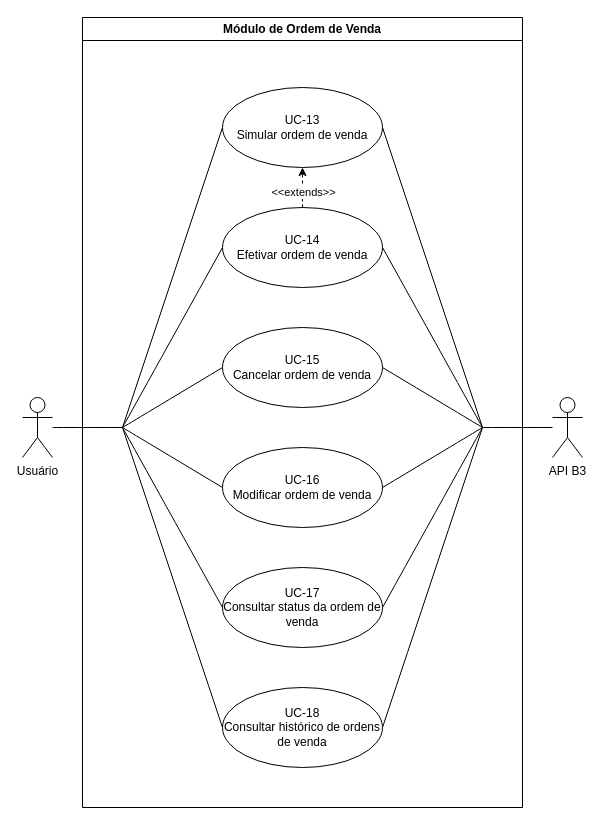
gb-cs-rt/home_broker keeps this draw.io diagram as diagramas_casos_de_uso/uc_ordem_venda.drawio. Above is the earlier version. Source tidied: cells renumbered, new cells numbered last; positions are measured from the earlier drawing's top-left corner, leaving out a move shared by most shapes. Both pictures are drawn from the tidied source at 100%, with x=0, y=0 at pixel (22, 17).
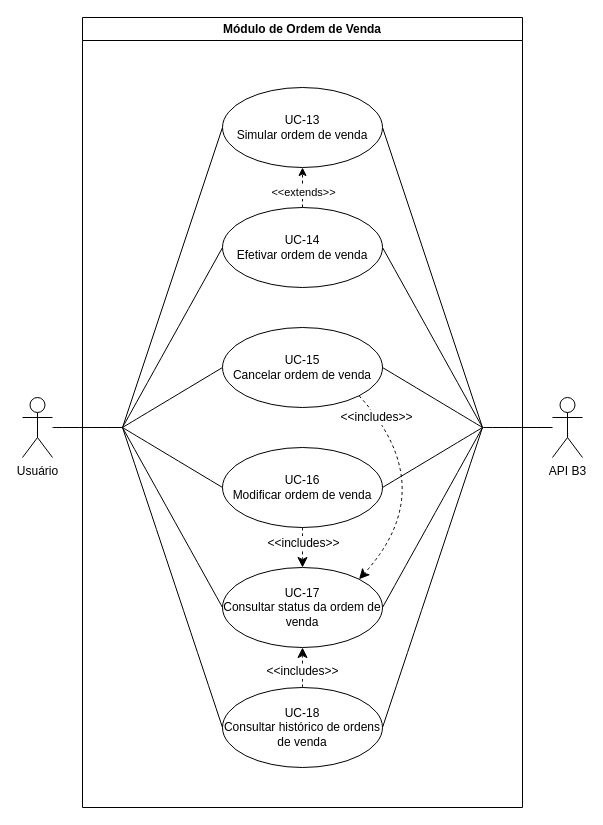
Above is the later version.

The change refers to these unchanged cells:
```xml
<mxCell id="2" value="Módulo de Ordem de Venda" style="swimlane;whiteSpace=wrap;html=1;" parent="1" vertex="1">
  <mxGeometry x="60" width="440" height="790" as="geometry" />
</mxCell>
<mxCell id="3" value="UC-15&lt;div&gt;Cancelar ordem de venda&lt;/div&gt;" style="ellipse;whiteSpace=wrap;html=1;" parent="2" vertex="1">
  <mxGeometry x="140" y="310" width="160" height="80" as="geometry" />
</mxCell>
<mxCell id="4" value="UC-16&lt;div&gt;Modificar ordem de venda&lt;/div&gt;" style="ellipse;whiteSpace=wrap;html=1;" parent="2" vertex="1">
  <mxGeometry x="140" y="430" width="160" height="80" as="geometry" />
</mxCell>
<mxCell id="5" value="UC-17&lt;div&gt;Consultar status da ordem de venda&lt;/div&gt;" style="ellipse;whiteSpace=wrap;html=1;" parent="2" vertex="1">
  <mxGeometry x="140" y="550" width="160" height="80" as="geometry" />
</mxCell>
<mxCell id="6" value="UC-18&lt;div&gt;Consultar histórico de ordens de venda&lt;/div&gt;" style="ellipse;whiteSpace=wrap;html=1;" parent="2" vertex="1">
  <mxGeometry x="140" y="670" width="160" height="80" as="geometry" />
</mxCell>
```

Change to the diagram source:
```diff
@@
+    <mxCell id="27" style="edgeStyle=none;curved=1;rounded=0;jettySize=auto;html=1;exitX=1;exitY=1;exitDx=0;exitDy=0;entryX=1;entryY=0;entryDx=0;entryDy=0;fontSize=12;startSize=8;endSize=8;dashed=1;" parent="2" edge="1" source="3" target="5">
+      <mxGeometry relative="1" as="geometry">
+        <Array as="points">
+          <mxPoint x="360" y="470" />
+        </Array>
+      </mxGeometry>
+    </mxCell>
+    <mxCell id="28" value="&amp;lt;&amp;lt;includes&amp;gt;&amp;gt;" style="edgeLabel;html=1;align=center;verticalAlign=middle;fontSize=12;" parent="27" vertex="1">
+      <mxGeometry x="-0.78" y="-2" relative="1" as="geometry" />
+    </mxCell>
@@
+    <mxCell id="29" style="edgeStyle=none;curved=1;rounded=0;jettySize=auto;html=1;exitX=0.5;exitY=1;exitDx=0;exitDy=0;entryX=0.5;entryY=0;entryDx=0;entryDy=0;fontSize=12;startSize=8;endSize=8;dashed=1;" parent="2" edge="1" source="4" target="5">
+      <mxGeometry relative="1" as="geometry" />
+    </mxCell>
+    <mxCell id="30" value="&amp;lt;&amp;lt;includes&amp;gt;&amp;gt;" style="edgeLabel;html=1;align=center;verticalAlign=middle;fontSize=12;" parent="29" vertex="1">
+      <mxGeometry x="-0.26" relative="1" as="geometry" />
+    </mxCell>
@@
+    <mxCell id="31" style="edgeStyle=none;curved=1;rounded=0;jettySize=auto;html=1;exitX=0.5;exitY=0;exitDx=0;exitDy=0;entryX=0.5;entryY=1;entryDx=0;entryDy=0;fontSize=12;startSize=8;endSize=8;dashed=1;" parent="2" edge="1" source="6" target="5">
+      <mxGeometry relative="1" as="geometry" />
+    </mxCell>
+    <mxCell id="32" value="&amp;lt;&amp;lt;includes&amp;gt;&amp;gt;" style="edgeLabel;html=1;align=center;verticalAlign=middle;fontSize=12;" parent="31" vertex="1">
+      <mxGeometry x="-0.17" y="1" relative="1" as="geometry" />
+    </mxCell>
```
